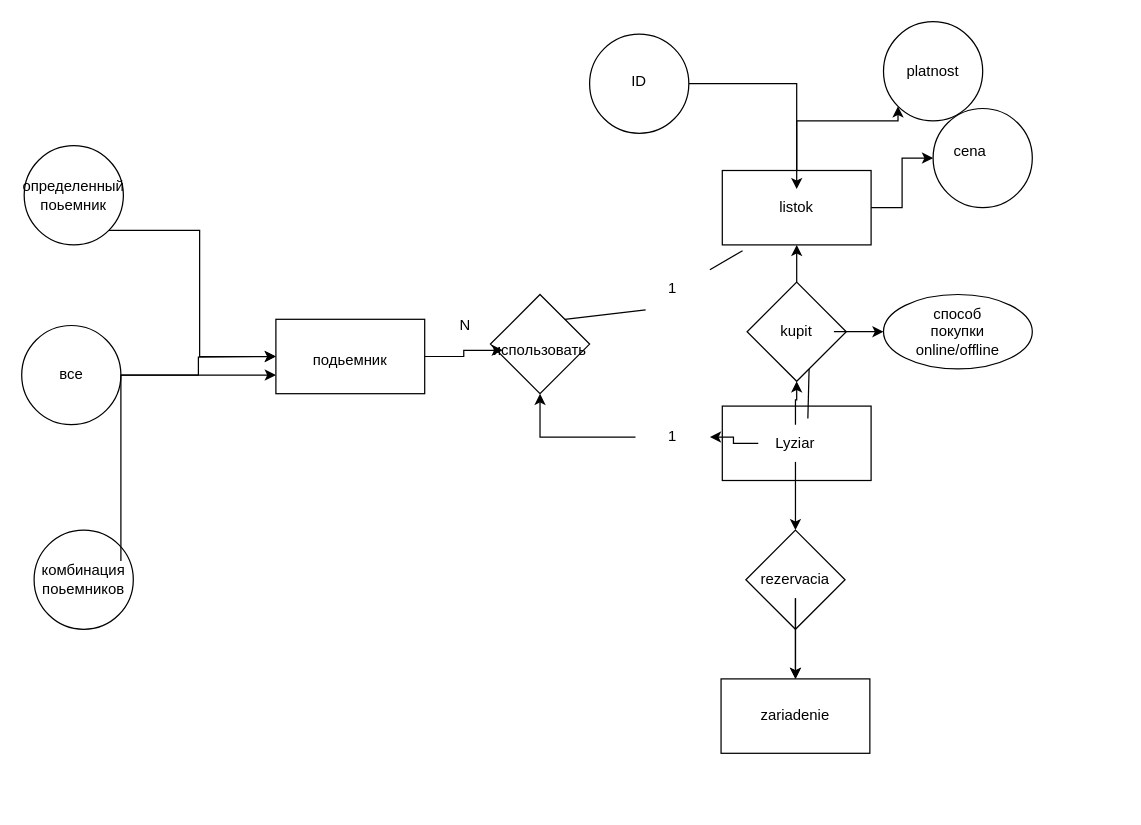
Before: Діаграма без назви.drawio in xli1iax/DBS-uni, a draw.io diagram. Source tidied: cells renumbered, new cells numbered last; positions are measured from the earlier drawing's top-left corner, leaving out a move shared by most shapes. Both pictures are drawn from the tidied source at 124%, with x=0, y=0 at pixel (21, 21).
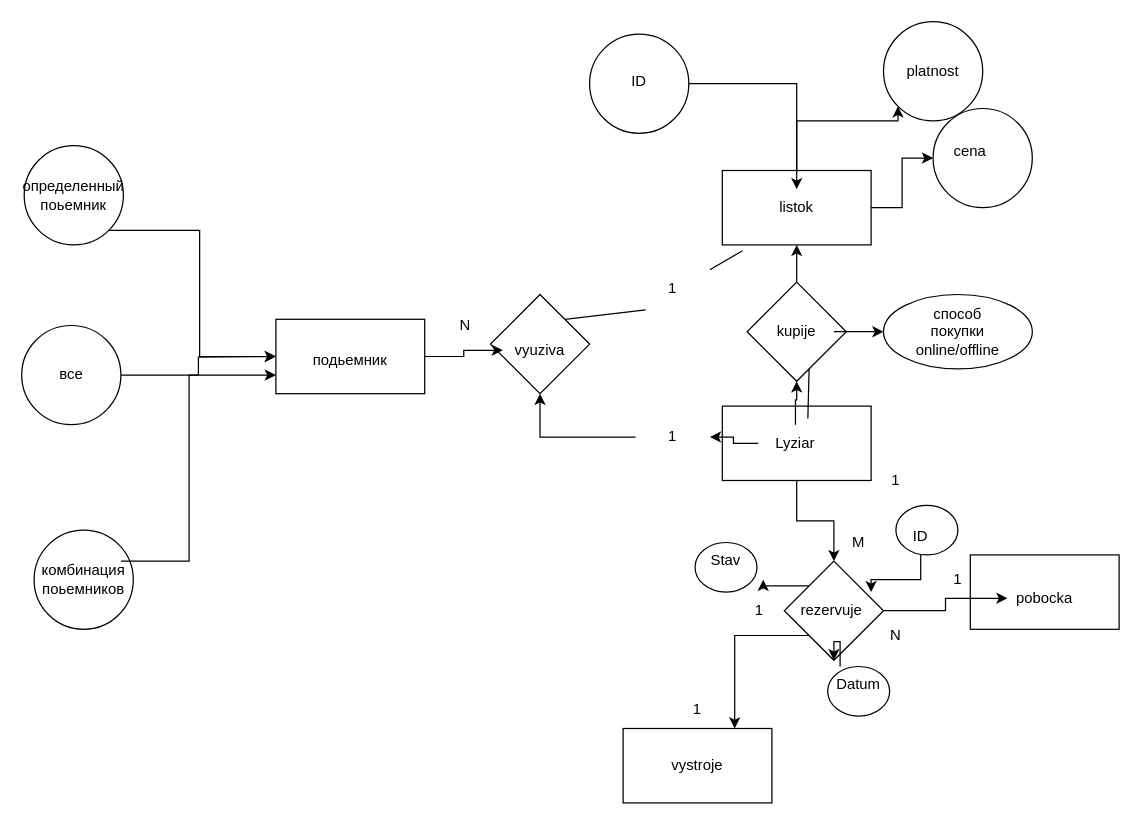
The same page after the edit.

The change refers to these unchanged cells:
```xml
<mxCell id="2" style="rounded=0;whiteSpace=wrap;html=1;" parent="1" vertex="1">
  <mxGeometry x="565" y="310" width="120" height="60" as="geometry" />
</mxCell>
<mxCell id="6" value="Lyziar" style="text;html=1;align=center;verticalAlign=middle;whiteSpace=wrap;rounded=0;" parent="1" vertex="1">
  <mxGeometry x="594" y="325" width="60" height="30" as="geometry" />
</mxCell>
<mxCell id="28" value="комбинация поьемников" style="text;html=1;align=center;verticalAlign=middle;whiteSpace=wrap;rounded=0;" parent="1" vertex="1">
  <mxGeometry x="20" y="435" width="60" height="30" as="geometry" />
</mxCell>
<mxCell id="46" style="rounded=0;whiteSpace=wrap;html=1;" parent="1" vertex="1">
  <mxGeometry x="205" y="240" width="120" height="60" as="geometry" />
</mxCell>
```

Change to the diagram source:
```diff
@@
+    <mxCell id="51" style="edgeStyle=orthogonalEdgeStyle;rounded=0;jettySize=auto;html=1;" parent="1" edge="1" source="2" target="57">
+      <mxGeometry relative="1" as="geometry" />
+    </mxCell>
@@
-    <mxCell id="4" style="edgeStyle=orthogonalEdgeStyle;rounded=0;jettySize=auto;html=1;" parent="1" edge="1" source="6" target="16">
-      <mxGeometry relative="1" as="geometry" />
-    </mxCell>
@@
-    <mxCell id="13" value="kupit" style="text;html=1;align=center;verticalAlign=middle;whiteSpace=wrap;rounded=0;" parent="1" vertex="1">
+    <mxCell id="13" value="kupije" style="text;html=1;align=center;verticalAlign=middle;whiteSpace=wrap;rounded=0;" parent="1" vertex="1">
       <mxGeometry x="595" y="235" width="60" height="30" as="geometry" />
     </mxCell>
@@
-    <mxCell id="16" style="rhombus;whiteSpace=wrap;html=1;" parent="1" vertex="1">
-      <mxGeometry x="584" y="410" width="80" height="80" as="geometry" />
-    </mxCell>
-    <mxCell id="17" style="edgeStyle=orthogonalEdgeStyle;rounded=0;jettySize=auto;html=1;" parent="1" edge="1" source="19">
-      <mxGeometry relative="1" as="geometry">
-        <mxPoint x="624" y="530" as="targetPoint" />
-      </mxGeometry>
-    </mxCell>
-    <mxCell id="18" style="edgeStyle=orthogonalEdgeStyle;rounded=0;jettySize=auto;html=1;" parent="1" edge="1" source="19" target="20">
-      <mxGeometry relative="1" as="geometry" />
-    </mxCell>
-    <mxCell id="19" value="rezervacia" style="text;html=1;align=center;verticalAlign=middle;whiteSpace=wrap;rounded=0;" parent="1" vertex="1">
-      <mxGeometry x="594" y="435" width="60" height="30" as="geometry" />
-    </mxCell>
     <mxCell id="20" style="whiteSpace=wrap;html=1;" parent="1" vertex="1">
-      <mxGeometry x="564" y="530" width="120" height="60" as="geometry" />
+      <mxGeometry x="485" y="570" width="120" height="60" as="geometry" />
     </mxCell>
-    <mxCell id="21" value="zariadenie" style="text;html=1;align=center;verticalAlign=middle;whiteSpace=wrap;rounded=0;" parent="1" vertex="1">
-      <mxGeometry x="594" y="545" width="60" height="30" as="geometry" />
+    <mxCell id="21" value="vystroje" style="text;html=1;align=center;verticalAlign=middle;whiteSpace=wrap;rounded=0;" parent="1" vertex="1">
+      <mxGeometry x="515" y="585" width="60" height="30" as="geometry" />
     </mxCell>
@@
     <mxCell id="27" style="edgeStyle=orthogonalEdgeStyle;rounded=0;jettySize=auto;html=1;exitX=1;exitY=0;exitDx=0;exitDy=0;entryX=0;entryY=0.75;entryDx=0;entryDy=0;" parent="1" edge="1" source="28" target="46">
-      <mxGeometry relative="1" as="geometry" />
+      <mxGeometry relative="1" as="geometry">
+        <Array as="points">
+          <mxPoint x="135" y="435" />
+          <mxPoint x="135" y="285" />
+        </Array>
+      </mxGeometry>
     </mxCell>
@@
-    <mxCell id="42" value="использовать" style="text;html=1;align=center;verticalAlign=middle;whiteSpace=wrap;rounded=0;" parent="1" vertex="1">
+    <mxCell id="42" value="vyuziva" style="text;html=1;align=center;verticalAlign=middle;whiteSpace=wrap;rounded=0;" parent="1" vertex="1">
       <mxGeometry x="388" y="250" width="60" height="30" as="geometry" />
     </mxCell>
@@
+    <mxCell id="52" style="rounded=0;whiteSpace=wrap;html=1;" parent="1" vertex="1">
+      <mxGeometry x="765" y="430" width="120" height="60" as="geometry" />
+    </mxCell>
+    <mxCell id="53" value="pobocka" style="text;html=1;align=center;verticalAlign=middle;whiteSpace=wrap;rounded=0;" parent="1" vertex="1">
+      <mxGeometry x="795" y="450" width="60" height="30" as="geometry" />
+    </mxCell>
+    <mxCell id="54" style="edgeStyle=orthogonalEdgeStyle;rounded=0;jettySize=auto;html=1;" parent="1" edge="1" source="57" target="53">
+      <mxGeometry relative="1" as="geometry" />
+    </mxCell>
+    <mxCell id="55" style="edgeStyle=orthogonalEdgeStyle;rounded=0;jettySize=auto;html=1;exitX=0;exitY=1;exitDx=0;exitDy=0;entryX=0.75;entryY=0;entryDx=0;entryDy=0;" parent="1" edge="1" source="57" target="20">
+      <mxGeometry relative="1" as="geometry" />
+    </mxCell>
+    <mxCell id="56" style="edgeStyle=orthogonalEdgeStyle;rounded=0;jettySize=auto;html=1;exitX=0;exitY=0;exitDx=0;exitDy=0;entryX=1;entryY=1;entryDx=0;entryDy=0;" parent="1" edge="1" source="57" target="66">
+      <mxGeometry relative="1" as="geometry" />
+    </mxCell>
+    <mxCell id="57" style="rhombus;whiteSpace=wrap;html=1;" parent="1" vertex="1">
+      <mxGeometry x="615" y="435" width="80" height="80" as="geometry" />
+    </mxCell>
+    <mxCell id="58" value="rezervuje&amp;nbsp;" style="text;html=1;align=center;verticalAlign=middle;whiteSpace=wrap;rounded=0;" parent="1" vertex="1">
+      <mxGeometry x="625" y="460" width="60" height="30" as="geometry" />
+    </mxCell>
+    <mxCell id="59" value="1" style="text;html=1;align=center;verticalAlign=middle;whiteSpace=wrap;rounded=0;" parent="1" vertex="1">
+      <mxGeometry x="675" y="355" width="60" height="30" as="geometry" />
+    </mxCell>
+    <mxCell id="60" value="N" style="text;html=1;align=center;verticalAlign=middle;whiteSpace=wrap;rounded=0;" parent="1" vertex="1">
+      <mxGeometry x="675" y="480" width="60" height="30" as="geometry" />
+    </mxCell>
+    <mxCell id="61" value="M" style="text;html=1;align=center;verticalAlign=middle;whiteSpace=wrap;rounded=0;" parent="1" vertex="1">
+      <mxGeometry x="645" y="405" width="60" height="30" as="geometry" />
+    </mxCell>
+    <mxCell id="62" value="1" style="text;html=1;align=center;verticalAlign=middle;whiteSpace=wrap;rounded=0;" parent="1" vertex="1">
+      <mxGeometry x="725" y="435" width="60" height="30" as="geometry" />
+    </mxCell>
+    <mxCell id="63" value="1" style="text;html=1;align=center;verticalAlign=middle;whiteSpace=wrap;rounded=0;" parent="1" vertex="1">
+      <mxGeometry x="565" y="460" width="60" height="30" as="geometry" />
+    </mxCell>
+    <mxCell id="64" value="1" style="text;html=1;align=center;verticalAlign=middle;whiteSpace=wrap;rounded=0;" parent="1" vertex="1">
+      <mxGeometry x="515" y="540" width="60" height="30" as="geometry" />
+    </mxCell>
+    <mxCell id="65" style="ellipse;whiteSpace=wrap;html=1;" parent="1" vertex="1">
+      <mxGeometry x="543" y="420" width="50" height="40" as="geometry" />
+    </mxCell>
+    <mxCell id="66" value="Stav" style="text;html=1;align=center;verticalAlign=middle;whiteSpace=wrap;rounded=0;" parent="1" vertex="1">
+      <mxGeometry x="538" y="420" width="60" height="30" as="geometry" />
+    </mxCell>
+    <mxCell id="67" style="ellipse;whiteSpace=wrap;html=1;" parent="1" vertex="1">
+      <mxGeometry x="705" y="390" width="50" height="40" as="geometry" />
+    </mxCell>
+    <mxCell id="68" style="edgeStyle=orthogonalEdgeStyle;rounded=0;jettySize=auto;html=1;exitX=0.5;exitY=1;exitDx=0;exitDy=0;entryX=1;entryY=0;entryDx=0;entryDy=0;" parent="1" edge="1" source="69" target="58">
+      <mxGeometry relative="1" as="geometry" />
+    </mxCell>
+    <mxCell id="69" value="ID" style="text;html=1;align=center;verticalAlign=middle;whiteSpace=wrap;rounded=0;" parent="1" vertex="1">
+      <mxGeometry x="695" y="400" width="60" height="30" as="geometry" />
+    </mxCell>
+    <mxCell id="70" style="ellipse;whiteSpace=wrap;html=1;" parent="1" vertex="1">
+      <mxGeometry x="650" y="520" width="50" height="40" as="geometry" />
+    </mxCell>
+    <mxCell id="71" style="edgeStyle=orthogonalEdgeStyle;rounded=0;jettySize=auto;html=1;exitX=0.25;exitY=0;exitDx=0;exitDy=0;" parent="1" edge="1" source="72" target="57">
+      <mxGeometry relative="1" as="geometry" />
+    </mxCell>
+    <mxCell id="72" value="Datum" style="text;html=1;align=center;verticalAlign=middle;whiteSpace=wrap;rounded=0;" parent="1" vertex="1">
+      <mxGeometry x="645" y="520" width="60" height="30" as="geometry" />
+    </mxCell>
```
